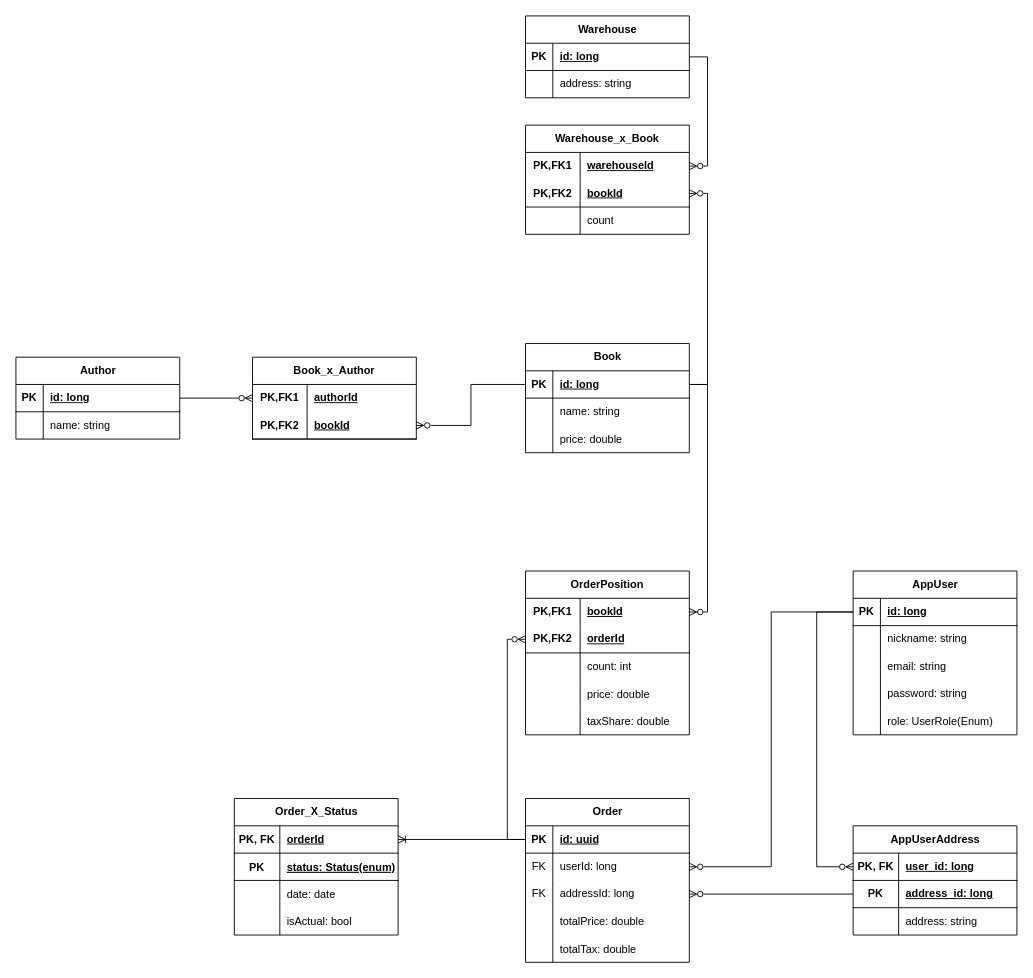
This is BookStoreERD.drawio from OurBookStore/TheBookStore, a draw.io file, before an edit. Source tidied: cells renumbered, new cells numbered last; positions are measured from the earlier drawing's top-left corner, leaving out a move shared by most shapes. Both pictures are drawn from the tidied source at 91%, with x=0, y=0 at pixel (15, 15).
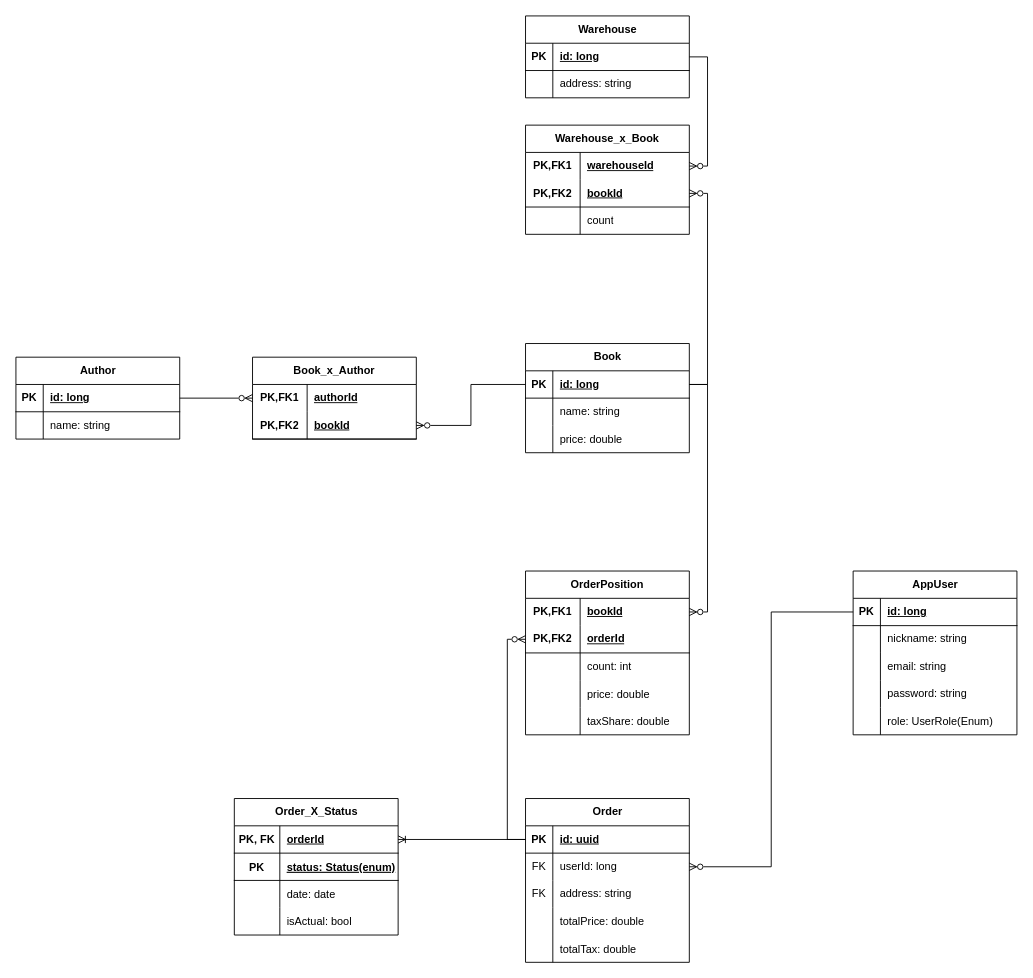
Above is the later version.

Unchanged cells that the change refers to:
```xml
<mxCell id="66" style="shape=tableRow;horizontal=0;startSize=0;swimlaneHead=0;swimlaneBody=0;fillColor=none;points=[[0,0.5],[1,0.5]];portConstraint=eastwest;top=0;left=0;right=0;bottom=0;" parent="59" vertex="1">
  <mxGeometry y="90" width="180" height="30" as="geometry" />
</mxCell>
<mxCell id="89" style="shape=tableRow;horizontal=0;startSize=0;swimlaneHead=0;swimlaneBody=0;fillColor=none;points=[[0,0.5],[1,0.5]];portConstraint=eastwest;top=0;left=0;right=0;bottom=1;" parent="88" vertex="1">
  <mxGeometry y="30" width="180" height="30" as="geometry" />
</mxCell>
```

The edit, as a diff of the source:
```diff
@@
-    <mxCell id="68" value="addressId: long" style="shape=partialRectangle;fillColor=none;top=0;left=0;bottom=0;right=0;align=left;spacingLeft=6;fontStyle=0;overflow=hidden;whiteSpace=wrap;html=1;" parent="66" vertex="1">
+    <mxCell id="68" value="address: string" style="shape=partialRectangle;fillColor=none;top=0;left=0;bottom=0;right=0;align=left;spacingLeft=6;fontStyle=0;overflow=hidden;whiteSpace=wrap;html=1;" parent="66" vertex="1">
       <mxGeometry x="30" width="150" height="30" as="geometry" />
     </mxCell>
@@
-    <mxCell id="104" value="AppUserAddress" style="shape=table;startSize=30;childLayout=tableLayout;rowLines=0;fontStyle=1;align=center;html=1;" parent="1" vertex="1">
-      <mxGeometry x="920" y="890" width="180" height="120" as="geometry" />
-    </mxCell>
-    <mxCell id="105" style="shape=tableRow;horizontal=0;startSize=0;swimlaneHead=0;swimlaneBody=0;fillColor=none;points=[[0,0.5],[1,0.5]];portConstraint=eastwest;top=0;left=0;right=0;bottom=1;" parent="104" vertex="1">
-      <mxGeometry y="30" width="180" height="30" as="geometry" />
-    </mxCell>
-    <mxCell id="106" value="PK, FK" style="shape=partialRectangle;fillColor=none;top=0;left=0;bottom=0;right=0;fontStyle=1;overflow=hidden;whiteSpace=wrap;html=1;" parent="105" vertex="1">
-      <mxGeometry width="50" height="30" as="geometry" />
-    </mxCell>
-    <mxCell id="107" value="user_id: long" style="shape=partialRectangle;fillColor=none;top=0;left=0;bottom=0;right=0;align=left;spacingLeft=6;fontStyle=5;overflow=hidden;whiteSpace=wrap;html=1;" parent="105" vertex="1">
-      <mxGeometry x="50" width="130" height="30" as="geometry" />
-    </mxCell>
-    <mxCell id="108" style="shape=tableRow;horizontal=0;startSize=0;swimlaneHead=0;swimlaneBody=0;fillColor=none;points=[[0,0.5],[1,0.5]];portConstraint=eastwest;top=0;left=0;right=0;bottom=1;" parent="104" vertex="1">
-      <mxGeometry y="60" width="180" height="30" as="geometry" />
-    </mxCell>
-    <mxCell id="109" value="PK" style="shape=partialRectangle;fillColor=none;top=0;left=0;bottom=0;right=0;fontStyle=1;overflow=hidden;whiteSpace=wrap;html=1;" parent="108" vertex="1">
-      <mxGeometry width="50" height="30" as="geometry" />
-    </mxCell>
-    <mxCell id="110" value="address_id: long" style="shape=partialRectangle;fillColor=none;top=0;left=0;bottom=0;right=0;align=left;spacingLeft=6;fontStyle=5;overflow=hidden;whiteSpace=wrap;html=1;" parent="108" vertex="1">
-      <mxGeometry x="50" width="130" height="30" as="geometry" />
-    </mxCell>
-    <mxCell id="111" style="shape=tableRow;horizontal=0;startSize=0;swimlaneHead=0;swimlaneBody=0;fillColor=none;top=0;left=0;right=0;bottom=0;" parent="104" vertex="1">
-      <mxGeometry y="90" width="180" height="30" as="geometry" />
-    </mxCell>
-    <mxCell id="112" style="shape=partialRectangle;fillColor=none;top=0;left=0;bottom=0;right=0;overflow=hidden;whiteSpace=wrap;html=1;" parent="111" vertex="1">
-      <mxGeometry width="50" height="30" as="geometry" />
-    </mxCell>
-    <mxCell id="113" value="address: string" style="shape=partialRectangle;fillColor=none;top=0;left=0;bottom=0;right=0;align=left;spacingLeft=6;overflow=hidden;whiteSpace=wrap;html=1;" parent="111" vertex="1">
-      <mxGeometry x="50" width="130" height="30" as="geometry" />
-    </mxCell>
@@
-    <mxCell id="122" style="edgeStyle=orthogonalEdgeStyle;rounded=0;jettySize=auto;html=1;exitX=0;exitY=0.5;exitDx=0;exitDy=0;entryX=1;entryY=0.5;entryDx=0;entryDy=0;endArrow=ERzeroToMany;endFill=0;" parent="1" edge="1" source="108" target="66">
-      <mxGeometry relative="1" as="geometry" />
-    </mxCell>
-    <mxCell id="123" style="edgeStyle=orthogonalEdgeStyle;rounded=0;jettySize=auto;html=1;exitX=0;exitY=0.5;exitDx=0;exitDy=0;entryX=0;entryY=0.5;entryDx=0;entryDy=0;endArrow=ERzeroToMany;endFill=0;" parent="1" edge="1" source="89" target="105">
-      <mxGeometry relative="1" as="geometry">
-        <Array as="points">
-          <mxPoint x="880" y="655" />
-          <mxPoint x="880" y="935" />
-        </Array>
-      </mxGeometry>
-    </mxCell>
```
